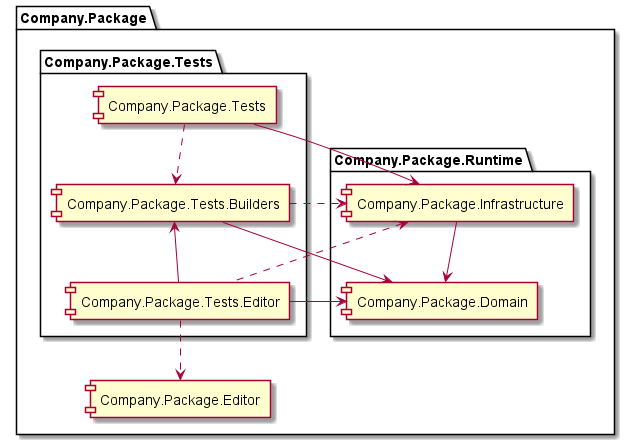
Before: Assets/Kalendra.Commons/Documentation~/Architecture.png, a diagram exported from PlantUML (RicardoGuzmanVelasco/Kalendra.Commons).
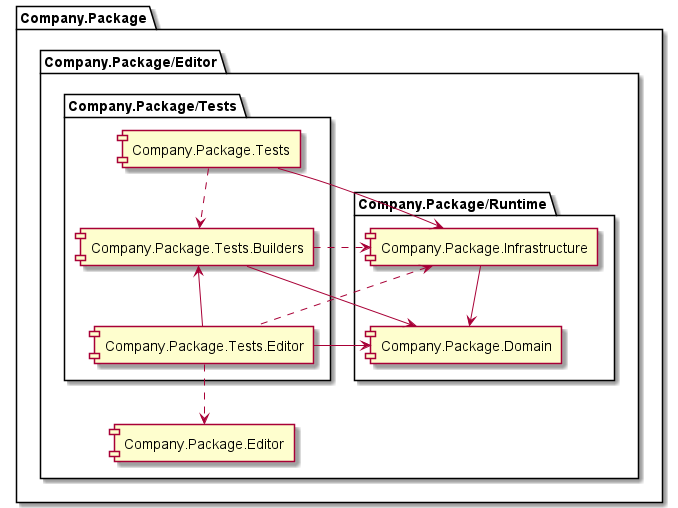
After the commit.

Change to the diagram source:
```diff
@@ -2,13 +2,14 @@
 skinparam componentStyle uml1
 
 folder "Company.Package" {
+    folder "Company.Package/Editor"{
     [Company.Package.Editor]
 
-    folder "Company.Package.Runtime"{
+    folder "Company.Package/Runtime"{
         [Company.Package.Infrastructure] --> [Company.Package.Domain]
     }
 
-    folder "Company.Package.Tests"{
+    folder "Company.Package/Tests"{
             [Company.Package.Tests.Builders] --> [Company.Package.Domain]
             [Company.Package.Tests.Builders] ..> [Company.Package.Infrastructure]
 
```
